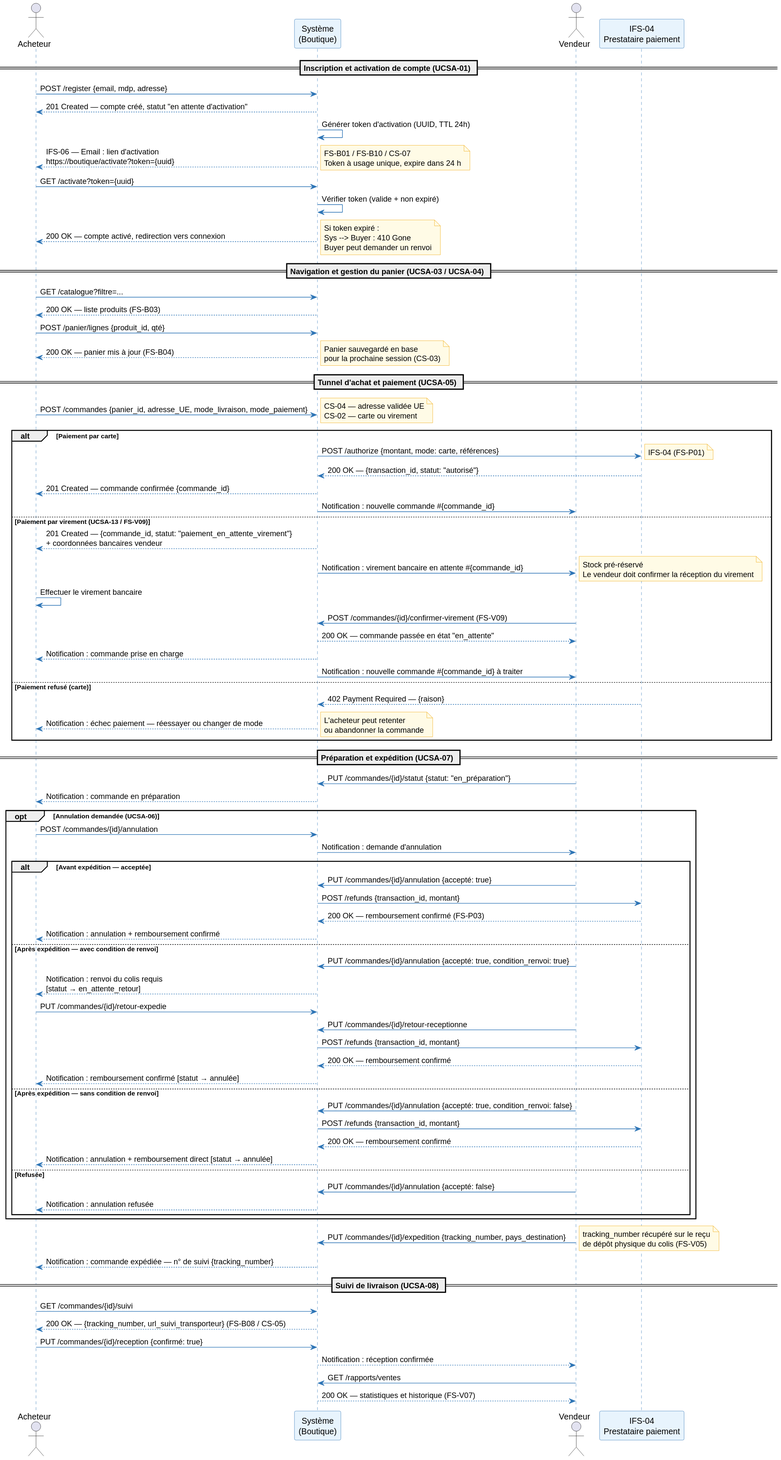
Earlier version of the PlantUML export architecture/02-system-analysis/diagrams/sa-sequence.svg (louistalvande/online_shop).
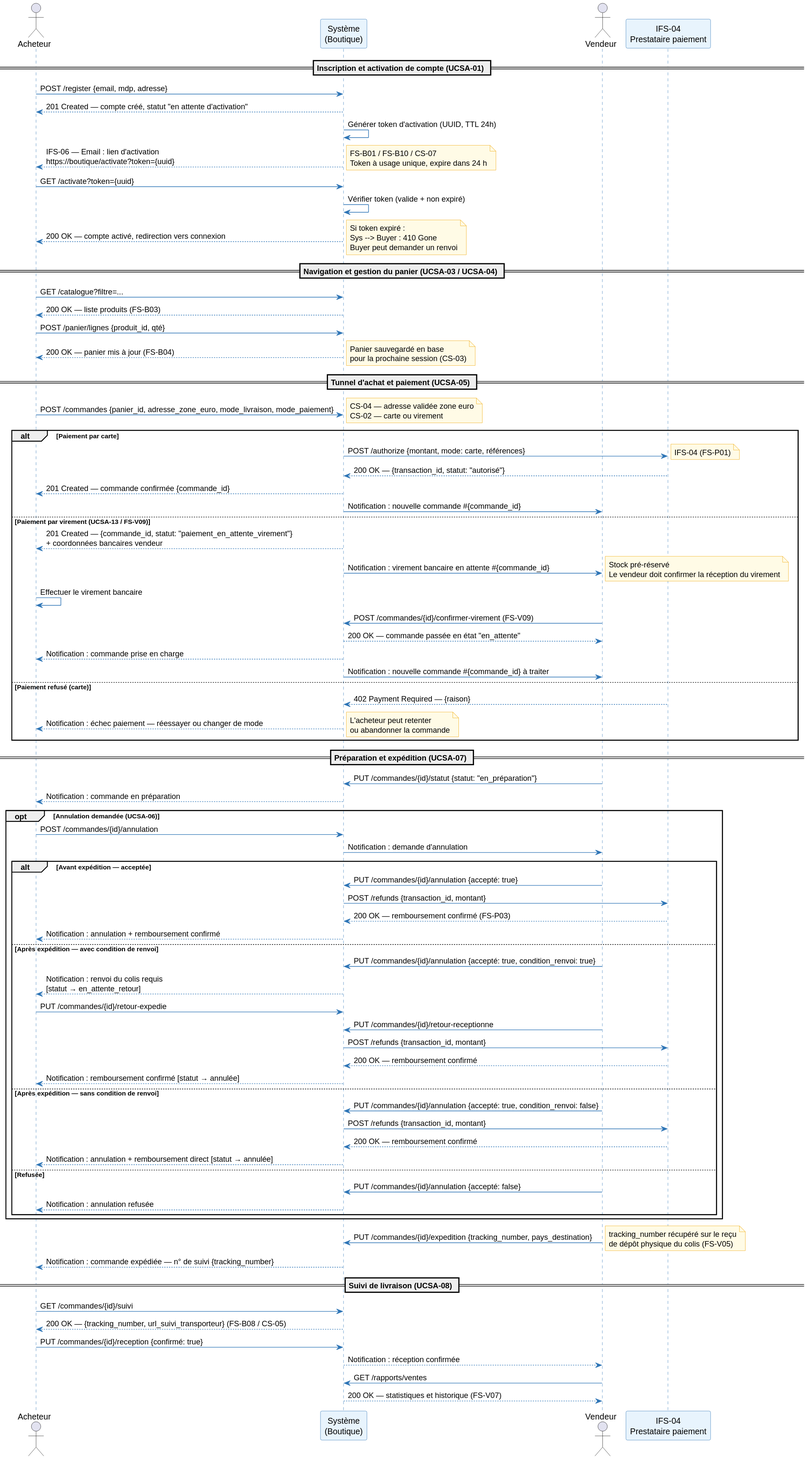
The same file after the commit.

Diff of the diagram source:
```diff
@@ -32,8 +32,8 @@
 note right : Panier sauvegardé en base\npour la prochaine session (CS-03)
 
 == Tunnel d'achat et paiement (UCSA-05) ==
-Buyer -> Sys : POST /commandes {panier_id, adresse_UE, mode_livraison, mode_paiement}
-note right : CS-04 — adresse validée UE\nCS-02 — carte ou virement
+Buyer -> Sys : POST /commandes {panier_id, adresse_zone_euro, mode_livraison, mode_paiement}
+note right : CS-04 — adresse validée zone euro\nCS-02 — carte ou virement
 
 alt Paiement par carte
   Sys -> Payment : POST /authorize {montant, mode: carte, références}
```
